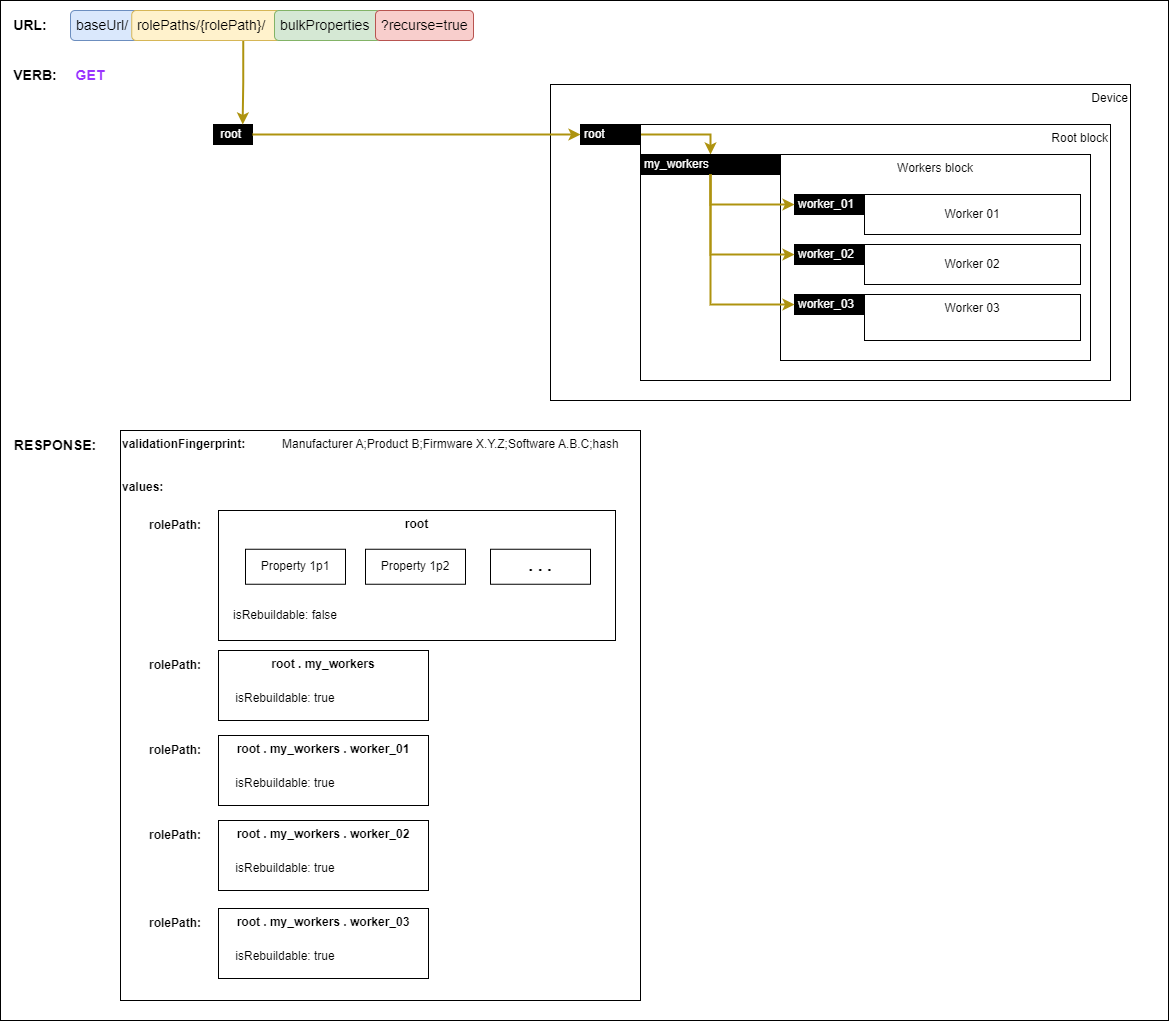
AMWA-TV/is-14 keeps this draw.io diagram as docs/images/performing-full-backup.png. Above is the earlier version. Source tidied: cells renumbered, new cells last; positions are measured from the earlier drawing's top-left corner, leaving out a move shared by most shapes.
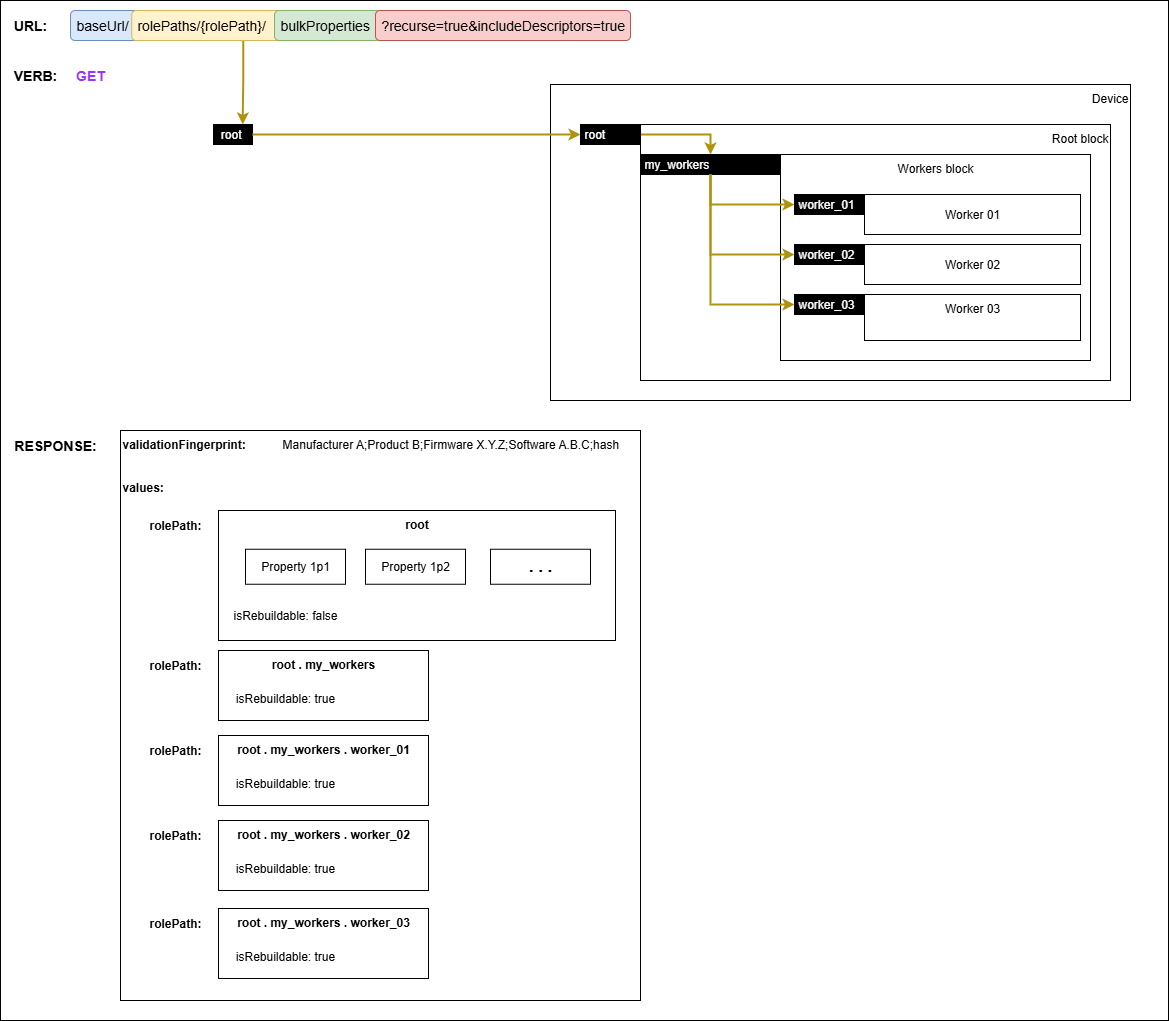
The same file after the commit.

What changed in the source:
```diff
@@ -68,8 +68,8 @@
     <mxCell id="23" value="&amp;nbsp;bulkProperties" style="rounded=1;whiteSpace=wrap;html=1;align=left;fontSize=14;fillColor=#d5e8d4;strokeColor=#82b366;" parent="1" vertex="1">
       <mxGeometry x="274" y="10" width="106" height="30" as="geometry" />
     </mxCell>
-    <mxCell id="24" value="&amp;nbsp;?recurse=true" style="rounded=1;whiteSpace=wrap;html=1;align=left;fontSize=14;fillColor=#f8cecc;strokeColor=#b85450;" parent="1" vertex="1">
-      <mxGeometry x="375" y="10" width="98" height="30" as="geometry" />
+    <mxCell id="24" value="&amp;nbsp;?recurse=true&amp;amp;includeDescriptors=true" style="rounded=1;whiteSpace=wrap;html=1;align=left;fontSize=14;fillColor=#f8cecc;strokeColor=#b85450;" parent="1" vertex="1">
+      <mxGeometry x="375" y="10" width="255" height="30" as="geometry" />
     </mxCell>
     <mxCell id="25" style="edgeStyle=orthogonalEdgeStyle;rounded=0;jettySize=auto;html=1;exitX=0.5;exitY=1;exitDx=0;exitDy=0;fontColor=#000000;strokeColor=#ae930f;strokeWidth=2;entryX=0;entryY=0.5;entryDx=0;entryDy=0;" parent="1" edge="1" source="11" target="12">
       <mxGeometry relative="1" as="geometry" />
```
